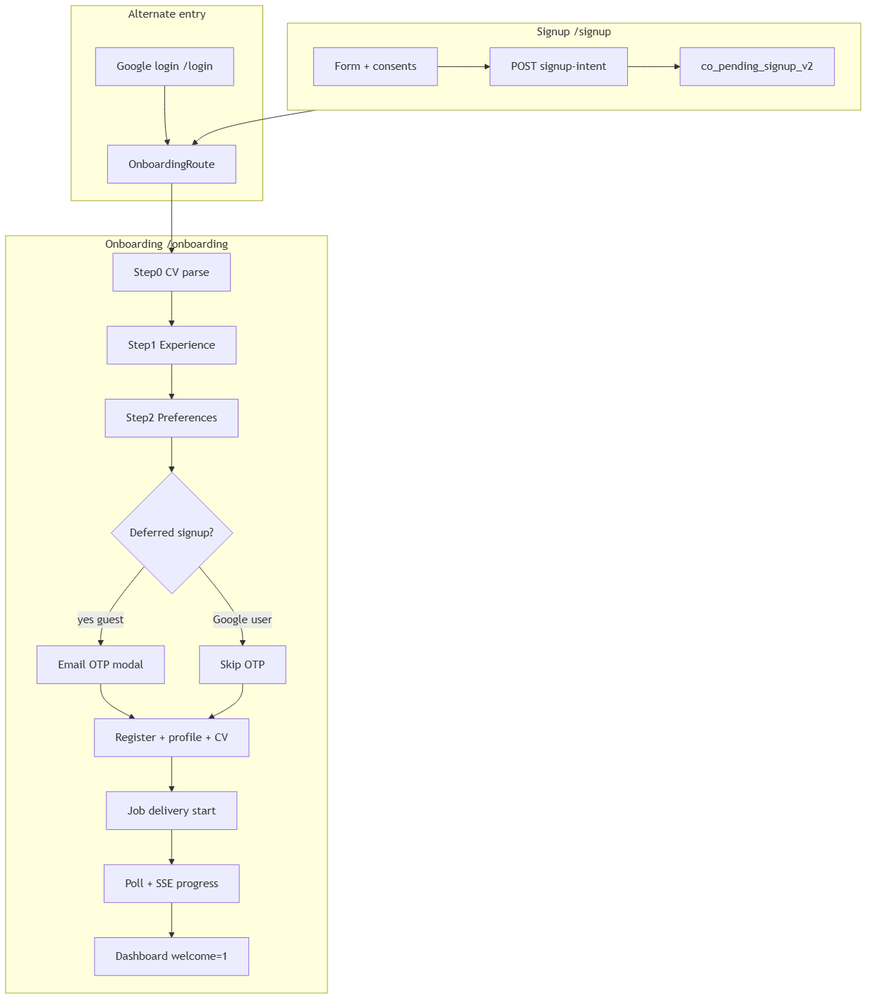
This is pagesflow/signup-onboarding/diagrams/journey-overview.png from yugandharreddybana/NewCareers, a Mermaid export, as it was before one commit. Its source is kept beside it as pagesflow/signup-onboarding/diagrams/journey-overview.mmd. Its diagram source:
```mermaid
flowchart TB
    subgraph signupFlow [Signup /signup]
        S1[Form + consents] --> S2[POST signup-intent]
        S2 --> S3[co_pending_signup_v2]
    end
    subgraph altEntry [Alternate entry]
        G[Google login /login] --> O0
    end
    subgraph onboardingFlow [Onboarding /onboarding]
        O0[OnboardingRoute] --> O1[Step0 CV parse]
        O1 --> O2[Step1 Experience]
        O2 --> O3[Step2 Preferences]
        O3 --> O4{Deferred signup?}
        O4 -->|yes guest| O5[Email OTP modal]
        O4 -->|Google user| O6[Skip OTP]
        O5 --> O7[Register + profile + CV]
        O6 --> O7
        O7 --> O8[Job delivery start]
        O8 --> O9[Poll + SSE progress]
        O9 --> O10[Dashboard welcome=1]
    end
    signupFlow --> O0
```
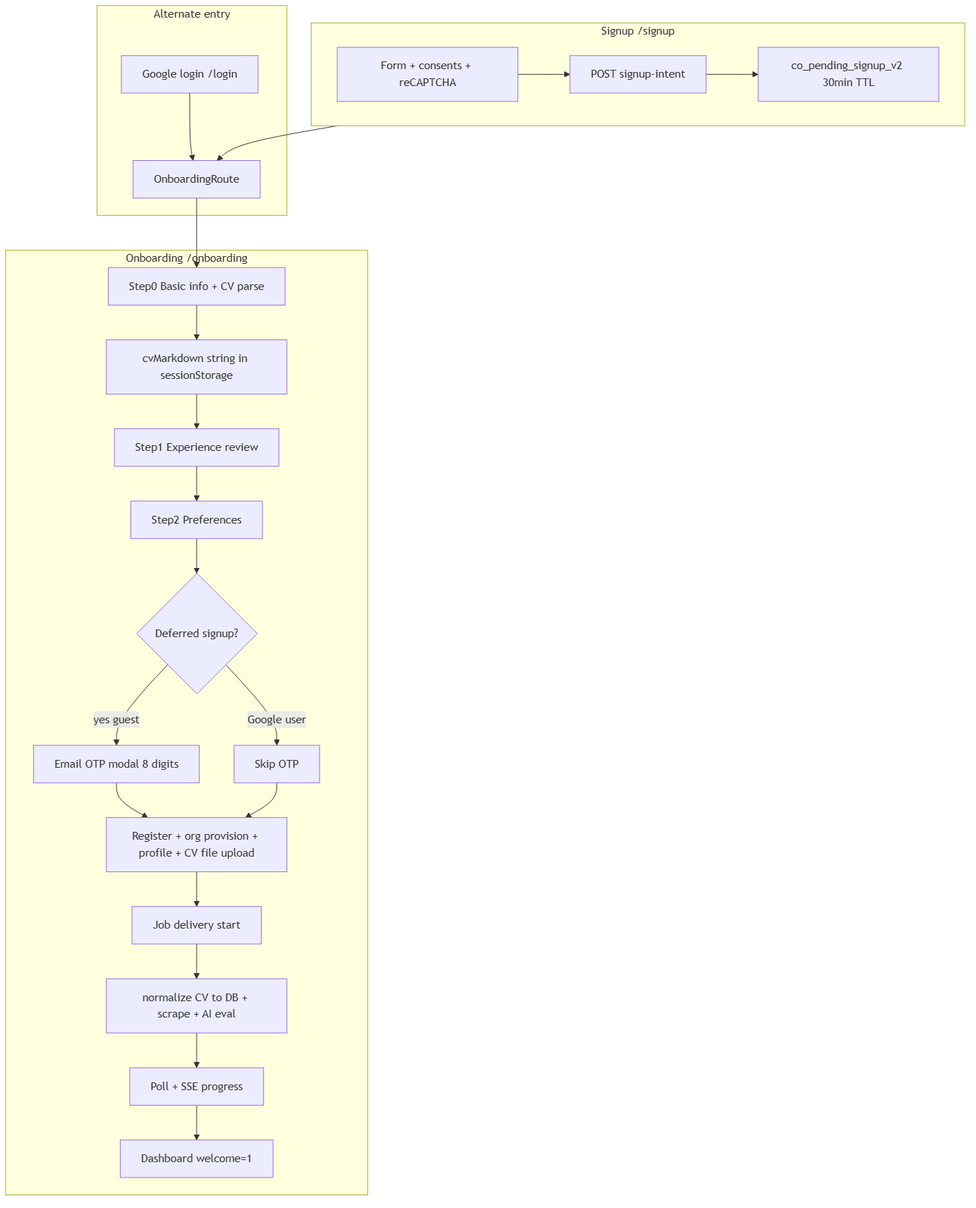
After the change.

Diff of the diagram source:
```diff
@@ -1,22 +1,24 @@
 flowchart TB
     subgraph signupFlow [Signup /signup]
-        S1[Form + consents] --> S2[POST signup-intent]
-        S2 --> S3[co_pending_signup_v2]
+        S1[Form + consents + reCAPTCHA] --> S2[POST signup-intent]
+        S2 --> S3[co_pending_signup_v2 30min TTL]
     end
     subgraph altEntry [Alternate entry]
         G[Google login /login] --> O0
     end
     subgraph onboardingFlow [Onboarding /onboarding]
-        O0[OnboardingRoute] --> O1[Step0 CV parse]
-        O1 --> O2[Step1 Experience]
+        O0[OnboardingRoute] --> O1[Step0 Basic info + CV parse]
+        O1 --> O1b[cvMarkdown string in sessionStorage]
+        O1b --> O2[Step1 Experience review]
         O2 --> O3[Step2 Preferences]
         O3 --> O4{Deferred signup?}
-        O4 -->|yes guest| O5[Email OTP modal]
+        O4 -->|yes guest| O5[Email OTP modal 8 digits]
         O4 -->|Google user| O6[Skip OTP]
-        O5 --> O7[Register + profile + CV]
+        O5 --> O7[Register + org provision + profile + CV file upload]
         O6 --> O7
         O7 --> O8[Job delivery start]
-        O8 --> O9[Poll + SSE progress]
-        O9 --> O10[Dashboard welcome=1]
+        O8 --> O9[normalize CV to DB + scrape + AI eval]
+        O9 --> O10[Poll + SSE progress]
+        O10 --> O11[Dashboard welcome=1]
     end
     signupFlow --> O0
```
